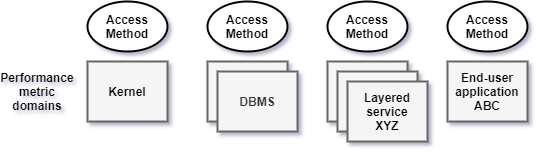
This is images/metric-domains.png from performancecopilot/pcp, a draw.io export, as it was before one commit. Source tidied: cells renumbered, new cells last; positions are measured from the earlier drawing's top-left corner, leaving out a move shared by most shapes.
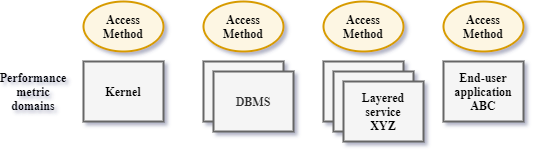
Above is the later version.

Diff of the diagram source:
```diff
@@ -2,64 +2,64 @@
   <root>
     <mxCell id="0" />
     <mxCell id="1" parent="0" />
-    <mxCell id="2" style="ellipse;whiteSpace=wrap;html=1;strokeWidth=2;perimeterSpacing=0;fontStyle=1;" parent="1" vertex="1">
-      <mxGeometry x="70" width="80" height="50" as="geometry" />
-    </mxCell>
-    <mxCell id="3" style="ellipse;whiteSpace=wrap;html=1;strokeWidth=2;perimeterSpacing=0;fontStyle=1;" parent="1" vertex="1">
-      <mxGeometry x="190" width="80" height="50" as="geometry" />
-    </mxCell>
-    <mxCell id="4" style="ellipse;whiteSpace=wrap;html=1;strokeWidth=2;perimeterSpacing=0;fontStyle=1;" parent="1" vertex="1">
-      <mxGeometry x="310" width="80" height="50" as="geometry" />
-    </mxCell>
-    <mxCell id="5" style="ellipse;whiteSpace=wrap;html=1;strokeWidth=2;perimeterSpacing=0;fontStyle=1;shadow=0;" parent="1" vertex="1">
-      <mxGeometry x="430" width="80" height="50" as="geometry" />
-    </mxCell>
-    <mxCell id="6" style="rounded=0;whiteSpace=wrap;html=1;strokeWidth=2;perimeterSpacing=0;fontStyle=1;fillColor=#f5f5f5;strokeColor=#666666;fontColor=#333333;" parent="1" vertex="1">
-      <mxGeometry x="70" y="60" width="80" height="60" as="geometry" />
-    </mxCell>
-    <mxCell id="7" style="rounded=0;whiteSpace=wrap;html=1;gradientDirection=south;strokeWidth=2;perimeterSpacing=0;fontStyle=1;fillColor=#f5f5f5;strokeColor=#666666;fontColor=#333333;" parent="1" vertex="1">
-      <mxGeometry x="310" y="60" width="80" height="60" as="geometry" />
-    </mxCell>
-    <mxCell id="8" style="rounded=0;whiteSpace=wrap;html=1;strokeWidth=2;perimeterSpacing=0;fontStyle=1;fillColor=#f5f5f5;strokeColor=#666666;fontColor=#333333;" parent="1" vertex="1">
-      <mxGeometry x="190" y="60" width="80" height="60" as="geometry" />
-    </mxCell>
-    <mxCell id="9" style="rounded=0;whiteSpace=wrap;html=1;strokeWidth=2;perimeterSpacing=0;fontStyle=1;fillColor=#f5f5f5;strokeColor=#666666;fontColor=#333333;" parent="1" vertex="1">
-      <mxGeometry x="320" y="70" width="80" height="60" as="geometry" />
-    </mxCell>
-    <mxCell id="10" style="rounded=0;whiteSpace=wrap;html=1;strokeWidth=2;perimeterSpacing=0;fontStyle=1;fillColor=#f5f5f5;strokeColor=#666666;fontColor=#333333;" parent="1" vertex="1">
-      <mxGeometry x="430" y="60" width="80" height="60" as="geometry" />
-    </mxCell>
-    <mxCell id="11" style="rounded=0;whiteSpace=wrap;html=1;strokeWidth=2;perimeterSpacing=0;fontStyle=1;fillColor=#f5f5f5;strokeColor=#666666;fontColor=#333333;" parent="1" vertex="1">
-      <mxGeometry x="330" y="80" width="80" height="60" as="geometry" />
-    </mxCell>
-    <mxCell id="12" style="rounded=0;whiteSpace=wrap;html=1;strokeWidth=2;perimeterSpacing=0;fontStyle=1;fillColor=#f5f5f5;strokeColor=#666666;fontColor=#333333;" parent="1" vertex="1">
-      <mxGeometry x="200" y="70" width="80" height="60" as="geometry" />
-    </mxCell>
-    <mxCell id="13" value="Access Method" style="text;html=1;strokeColor=none;fillColor=none;align=center;verticalAlign=middle;whiteSpace=wrap;rounded=0;strokeWidth=1;fontStyle=1;" parent="1" vertex="1">
-      <mxGeometry x="90" y="15" width="40" height="20" as="geometry" />
-    </mxCell>
-    <mxCell id="14" value="Access Method" style="text;html=1;strokeColor=none;fillColor=none;align=center;verticalAlign=middle;whiteSpace=wrap;rounded=0;strokeWidth=1;fontStyle=1;" parent="1" vertex="1">
-      <mxGeometry x="210" y="15" width="40" height="20" as="geometry" />
-    </mxCell>
-    <mxCell id="15" value="Access Method" style="text;html=1;strokeColor=none;fillColor=none;align=center;verticalAlign=middle;whiteSpace=wrap;rounded=0;strokeWidth=1;fontStyle=1;" parent="1" vertex="1">
-      <mxGeometry x="450" y="15" width="40" height="20" as="geometry" />
-    </mxCell>
-    <mxCell id="16" value="Access Method" style="text;html=1;strokeColor=none;fillColor=none;align=center;verticalAlign=middle;whiteSpace=wrap;rounded=0;strokeWidth=1;fontStyle=1;" parent="1" vertex="1">
-      <mxGeometry x="330" y="15" width="40" height="20" as="geometry" />
-    </mxCell>
+    <mxCell id="22" style="ellipse;whiteSpace=wrap;html=1;strokeWidth=2;perimeterSpacing=0;fontStyle=1;fontFamily=Sans;fillColor=#FDF6E3;strokeColor=#D79B00;" parent="1" vertex="1">
+      <mxGeometry x="70" width="80" height="50" as="geometry" />
+    </mxCell>
+    <mxCell id="23" style="ellipse;whiteSpace=wrap;html=1;strokeWidth=2;perimeterSpacing=0;fontStyle=1;fontFamily=Sans;fillColor=#FDF6E3;strokeColor=#D79B00;" parent="1" vertex="1">
+      <mxGeometry x="190" width="80" height="50" as="geometry" />
+    </mxCell>
+    <mxCell id="24" style="ellipse;whiteSpace=wrap;html=1;strokeWidth=2;perimeterSpacing=0;fontStyle=1;fontFamily=Sans;fillColor=#FDF6E3;strokeColor=#D79B00;" parent="1" vertex="1">
+      <mxGeometry x="310" width="80" height="50" as="geometry" />
+    </mxCell>
+    <mxCell id="25" style="ellipse;whiteSpace=wrap;html=1;strokeWidth=2;perimeterSpacing=0;fontStyle=1;shadow=0;fontFamily=Sans;fillColor=#FDF6E3;strokeColor=#D79B00;" parent="1" vertex="1">
+      <mxGeometry x="430" width="80" height="50" as="geometry" />
+    </mxCell>
+    <mxCell id="26" style="rounded=0;whiteSpace=wrap;html=1;strokeWidth=2;perimeterSpacing=0;fontStyle=1;fillColor=#f5f5f5;strokeColor=#666666;fontColor=#333333;fontFamily=Sans;" parent="1" vertex="1">
+      <mxGeometry x="70" y="60" width="80" height="60" as="geometry" />
+    </mxCell>
+    <mxCell id="27" style="rounded=0;whiteSpace=wrap;html=1;gradientDirection=south;strokeWidth=2;perimeterSpacing=0;fontStyle=1;fillColor=#f5f5f5;strokeColor=#666666;fontColor=#333333;fontFamily=Sans;" parent="1" vertex="1">
+      <mxGeometry x="310" y="60" width="80" height="60" as="geometry" />
+    </mxCell>
+    <mxCell id="28" style="rounded=0;whiteSpace=wrap;html=1;strokeWidth=2;perimeterSpacing=0;fontStyle=1;fillColor=#f5f5f5;strokeColor=#666666;fontColor=#333333;fontFamily=Sans;" parent="1" vertex="1">
+      <mxGeometry x="190" y="60" width="80" height="60" as="geometry" />
+    </mxCell>
+    <mxCell id="29" style="rounded=0;whiteSpace=wrap;html=1;strokeWidth=2;perimeterSpacing=0;fontStyle=1;fillColor=#f5f5f5;strokeColor=#666666;fontColor=#333333;fontFamily=Sans;" parent="1" vertex="1">
+      <mxGeometry x="320" y="70" width="80" height="60" as="geometry" />
+    </mxCell>
+    <mxCell id="30" style="rounded=0;whiteSpace=wrap;html=1;strokeWidth=2;perimeterSpacing=0;fontStyle=1;fillColor=#f5f5f5;strokeColor=#666666;fontColor=#333333;fontFamily=Sans;" parent="1" vertex="1">
+      <mxGeometry x="430" y="60" width="80" height="60" as="geometry" />
+    </mxCell>
+    <mxCell id="31" style="rounded=0;whiteSpace=wrap;html=1;strokeWidth=2;perimeterSpacing=0;fontStyle=1;fillColor=#f5f5f5;strokeColor=#666666;fontColor=#333333;fontFamily=Sans;" parent="1" vertex="1">
+      <mxGeometry x="330" y="80" width="80" height="60" as="geometry" />
+    </mxCell>
+    <mxCell id="32" style="rounded=0;whiteSpace=wrap;html=1;strokeWidth=2;perimeterSpacing=0;fontStyle=1;fillColor=#f5f5f5;strokeColor=#666666;fontColor=#333333;fontFamily=Sans;" parent="1" vertex="1">
+      <mxGeometry x="200" y="70" width="80" height="60" as="geometry" />
+    </mxCell>
+    <mxCell id="33" value="Access Method" style="text;html=1;strokeColor=none;fillColor=none;align=center;verticalAlign=middle;whiteSpace=wrap;rounded=0;strokeWidth=1;fontStyle=1;fontFamily=Sans;" parent="1" vertex="1">
+      <mxGeometry x="90" y="15" width="40" height="20" as="geometry" />
+    </mxCell>
+    <mxCell id="34" value="Access Method" style="text;html=1;strokeColor=none;fillColor=none;align=center;verticalAlign=middle;whiteSpace=wrap;rounded=0;strokeWidth=1;fontStyle=1;fontFamily=Sans;" parent="1" vertex="1">
+      <mxGeometry x="210" y="15" width="40" height="20" as="geometry" />
+    </mxCell>
+    <mxCell id="35" value="Access Method" style="text;html=1;strokeColor=none;fillColor=none;align=center;verticalAlign=middle;whiteSpace=wrap;rounded=0;strokeWidth=1;fontStyle=1;fontFamily=Sans;" parent="1" vertex="1">
+      <mxGeometry x="450" y="15" width="40" height="20" as="geometry" />
+    </mxCell>
+    <mxCell id="36" value="Access Method" style="text;html=1;strokeColor=none;fillColor=none;align=center;verticalAlign=middle;whiteSpace=wrap;rounded=0;strokeWidth=1;fontStyle=1;fontFamily=Sans;" parent="1" vertex="1">
+      <mxGeometry x="330" y="15" width="40" height="20" as="geometry" />
+    </mxCell>
-    <mxCell id="17" value="Kernel" style="text;html=1;strokeColor=none;fillColor=none;align=center;verticalAlign=middle;whiteSpace=wrap;rounded=0;shadow=0;labelBackgroundColor=none;fontStyle=1;" parent="1" vertex="1">
+    <mxCell id="17" value="Kernel" style="text;html=1;strokeColor=none;fillColor=none;align=center;verticalAlign=middle;whiteSpace=wrap;rounded=0;shadow=0;labelBackgroundColor=none;fontStyle=1;fontFamily=Sans;" parent="1" vertex="1">
       <mxGeometry x="90" y="80" width="40" height="20" as="geometry" />
     </mxCell>
-    <mxCell id="18" value="&lt;span style=&quot;color: rgb(51 , 51 , 51) ; font-weight: 700&quot;&gt;DBMS&lt;/span&gt;" style="text;html=1;strokeColor=none;fillColor=none;align=center;verticalAlign=middle;whiteSpace=wrap;rounded=0;shadow=0;labelBackgroundColor=none;" parent="1" vertex="1">
+    <mxCell id="18" value="&lt;span style=&quot;color: rgb(51 , 51 , 51) ; font-weight: 700&quot;&gt;DBMS&lt;/span&gt;" style="text;html=1;strokeColor=none;fillColor=none;align=center;verticalAlign=middle;whiteSpace=wrap;rounded=0;shadow=0;labelBackgroundColor=none;fontFamily=Sans;" parent="1" vertex="1">
       <mxGeometry x="220" y="90" width="40" height="20" as="geometry" />
     </mxCell>
-    <mxCell id="19" value="Layered&lt;br&gt;service&lt;br&gt;XYZ" style="text;html=1;strokeColor=none;fillColor=none;align=center;verticalAlign=middle;whiteSpace=wrap;rounded=0;shadow=0;labelBackgroundColor=none;fontStyle=1;" parent="1" vertex="1">
+    <mxCell id="19" value="Layered&lt;br&gt;service&lt;br&gt;XYZ" style="text;html=1;strokeColor=none;fillColor=none;align=center;verticalAlign=middle;whiteSpace=wrap;rounded=0;shadow=0;labelBackgroundColor=none;fontStyle=1;fontFamily=Sans;" parent="1" vertex="1">
       <mxGeometry x="350" y="100" width="40" height="20" as="geometry" />
     </mxCell>
-    <mxCell id="20" value="End-user&lt;br&gt;application&lt;br&gt;ABC" style="text;html=1;strokeColor=none;fillColor=none;align=center;verticalAlign=middle;whiteSpace=wrap;rounded=0;shadow=0;labelBackgroundColor=none;fontStyle=1;" parent="1" vertex="1">
+    <mxCell id="20" value="End-user&lt;br&gt;application&lt;br&gt;ABC" style="text;html=1;strokeColor=none;fillColor=none;align=center;verticalAlign=middle;whiteSpace=wrap;rounded=0;shadow=0;labelBackgroundColor=none;fontStyle=1;fontFamily=Sans;" parent="1" vertex="1">
       <mxGeometry x="450" y="80" width="40" height="20" as="geometry" />
     </mxCell>
-    <mxCell id="21" value="Performance&lt;br&gt;metric&lt;br&gt;domains" style="text;html=1;strokeColor=none;fillColor=none;align=center;verticalAlign=middle;whiteSpace=wrap;rounded=0;shadow=0;labelBackgroundColor=none;fontStyle=1;" parent="1" vertex="1">
+    <mxCell id="21" value="Performance&lt;br&gt;metric&lt;br&gt;domains" style="text;html=1;strokeColor=none;fillColor=none;align=center;verticalAlign=middle;whiteSpace=wrap;rounded=0;shadow=0;labelBackgroundColor=none;fontStyle=1;fontFamily=Sans;" parent="1" vertex="1">
       <mxGeometry y="80" width="40" height="20" as="geometry" />
     </mxCell>
   </root>
```
